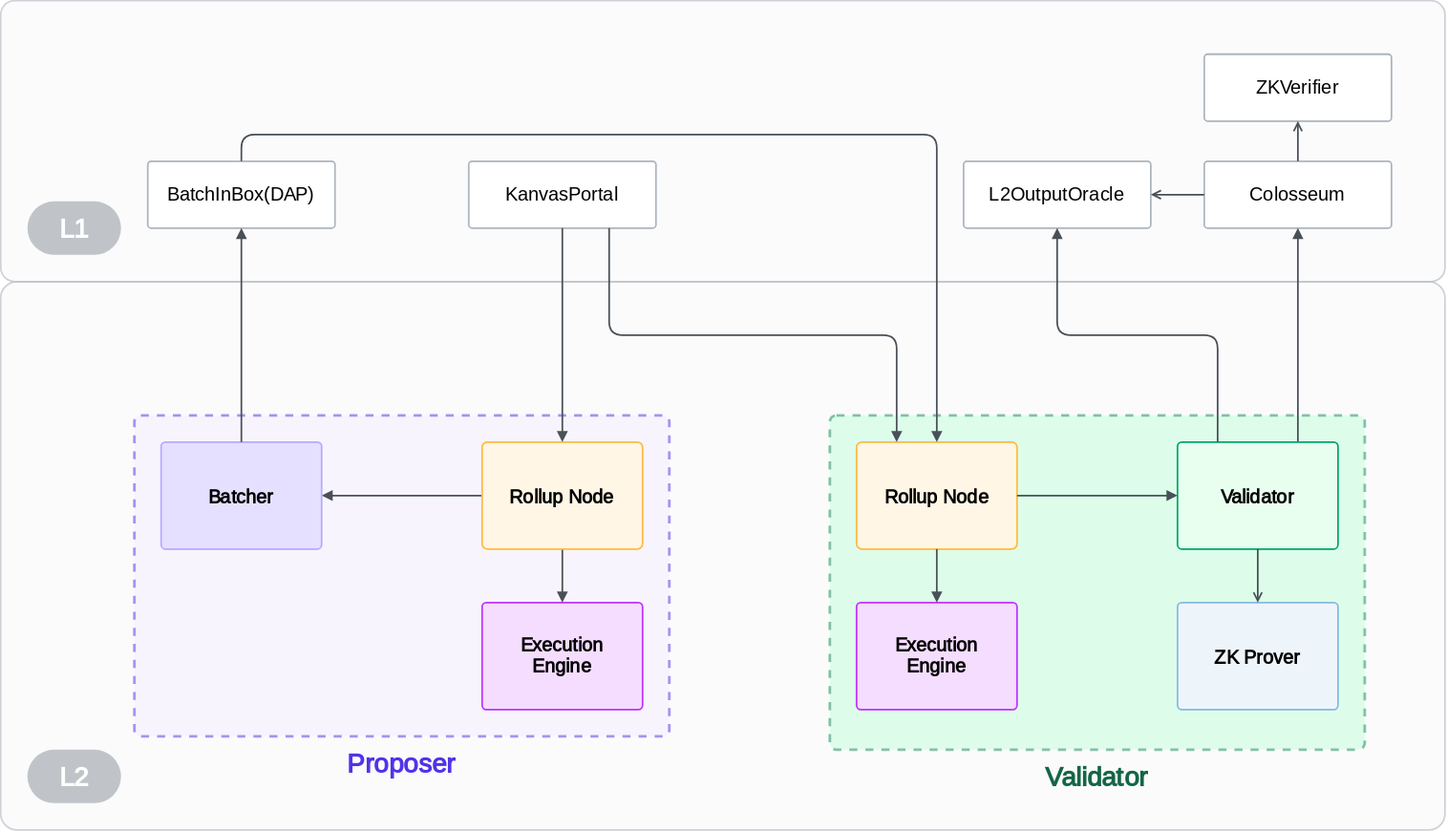
Earlier version of the draw.io export specs/assets/components.svg (kroma-network/kroma). Source tidied: cells renumbered, new cells last; positions are measured from the earlier drawing's top-left corner, leaving out a move shared by most shapes.
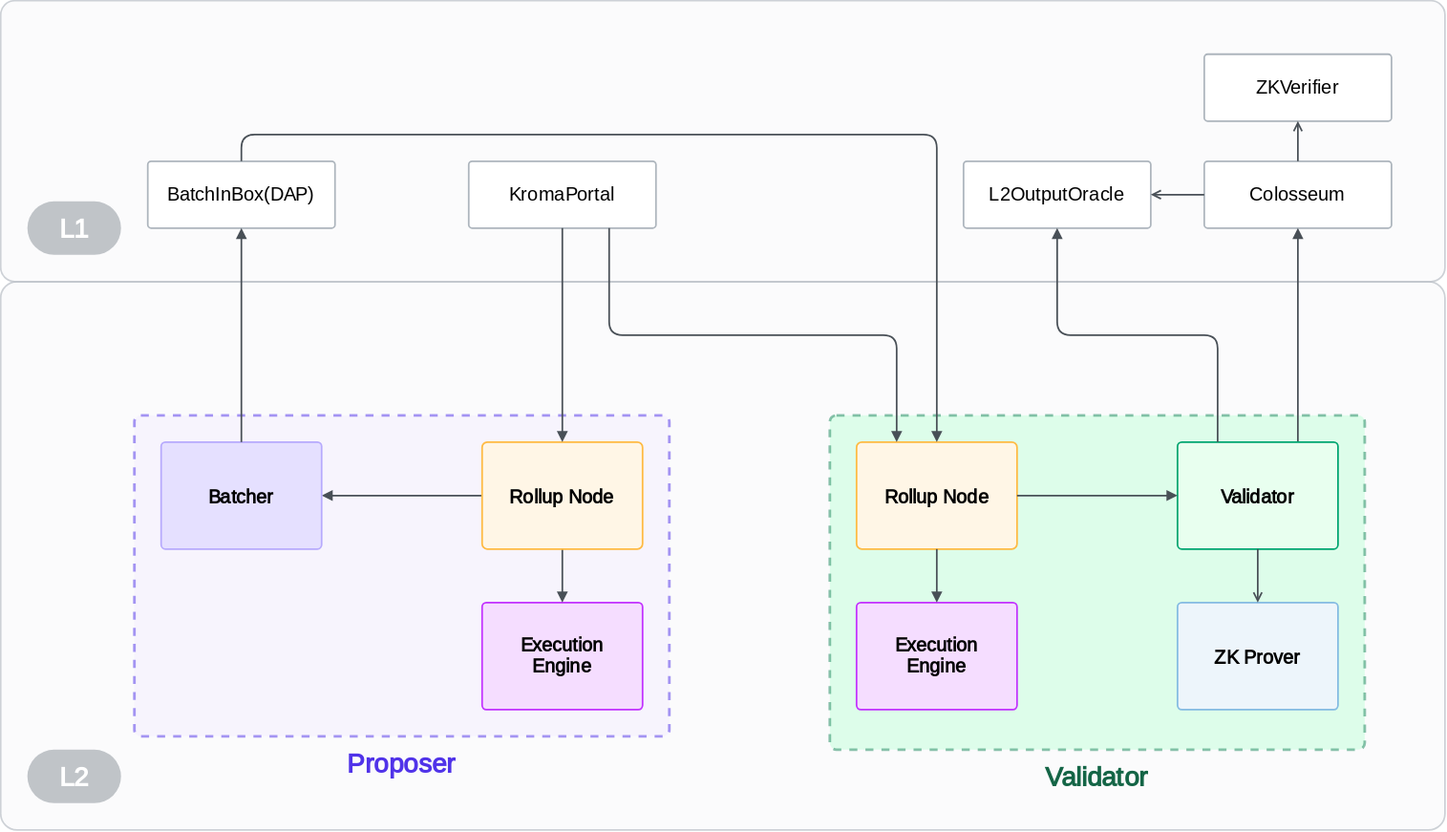
After the commit.

Diff of the diagram source:
```diff
@@ -23,7 +23,7 @@
     <mxCell id="8" value="&lt;font style=&quot;font-size: 14px;&quot;&gt;L2OutputOracle&lt;br style=&quot;font-size: 14px;&quot;&gt;&lt;/font&gt;" style="rounded=1;whiteSpace=wrap;html=1;fontSize=14;fontFamily=Inter;fillColor=#FFFFFF;strokeColor=#ADB5BD;hachureGap=4;fontSource=https%3A%2F%2Ffonts.googleapis.com%2Fcss%3Ffamily%3DInter;arcSize=5;shadow=0;glass=0;spacing=0;strokeWidth=1.25;spacingTop=0;" parent="1" vertex="1">
       <mxGeometry x="720" y="120" width="140" height="50" as="geometry" />
     </mxCell>
-    <mxCell id="9" value="&lt;font style=&quot;font-size: 14px;&quot;&gt;KanvasPortal&lt;br style=&quot;font-size: 14px;&quot;&gt;&lt;/font&gt;" style="rounded=1;whiteSpace=wrap;html=1;fontSize=14;fontFamily=Inter;fillColor=#FFFFFF;strokeColor=#ADB5BD;hachureGap=4;fontSource=https%3A%2F%2Ffonts.googleapis.com%2Fcss%3Ffamily%3DInter;arcSize=5;shadow=0;glass=0;spacing=0;strokeWidth=1.25;spacingTop=0;" parent="1" vertex="1">
+    <mxCell id="9" value="&lt;font style=&quot;font-size: 14px;&quot;&gt;KromaPortal&lt;br style=&quot;font-size: 14px;&quot;&gt;&lt;/font&gt;" style="rounded=1;whiteSpace=wrap;html=1;fontSize=14;fontFamily=Inter;fillColor=#FFFFFF;strokeColor=#ADB5BD;hachureGap=4;fontSource=https%3A%2F%2Ffonts.googleapis.com%2Fcss%3Ffamily%3DInter;arcSize=5;shadow=0;glass=0;spacing=0;strokeWidth=1.25;spacingTop=0;" parent="1" vertex="1">
       <mxGeometry x="350" y="120" width="140" height="50" as="geometry" />
     </mxCell>
     <mxCell id="10" value="&lt;font style=&quot;font-size: 14px;&quot;&gt;BatchInBox(DAP)&lt;br style=&quot;font-size: 14px;&quot;&gt;&lt;/font&gt;" style="rounded=1;whiteSpace=wrap;html=1;fontSize=14;fontFamily=Inter;fillColor=#FFFFFF;strokeColor=#ADB5BD;hachureGap=4;fontSource=https%3A%2F%2Ffonts.googleapis.com%2Fcss%3Ffamily%3DInter;arcSize=5;shadow=0;glass=0;spacing=0;strokeWidth=1.25;spacingTop=0;" parent="1" vertex="1">
```
